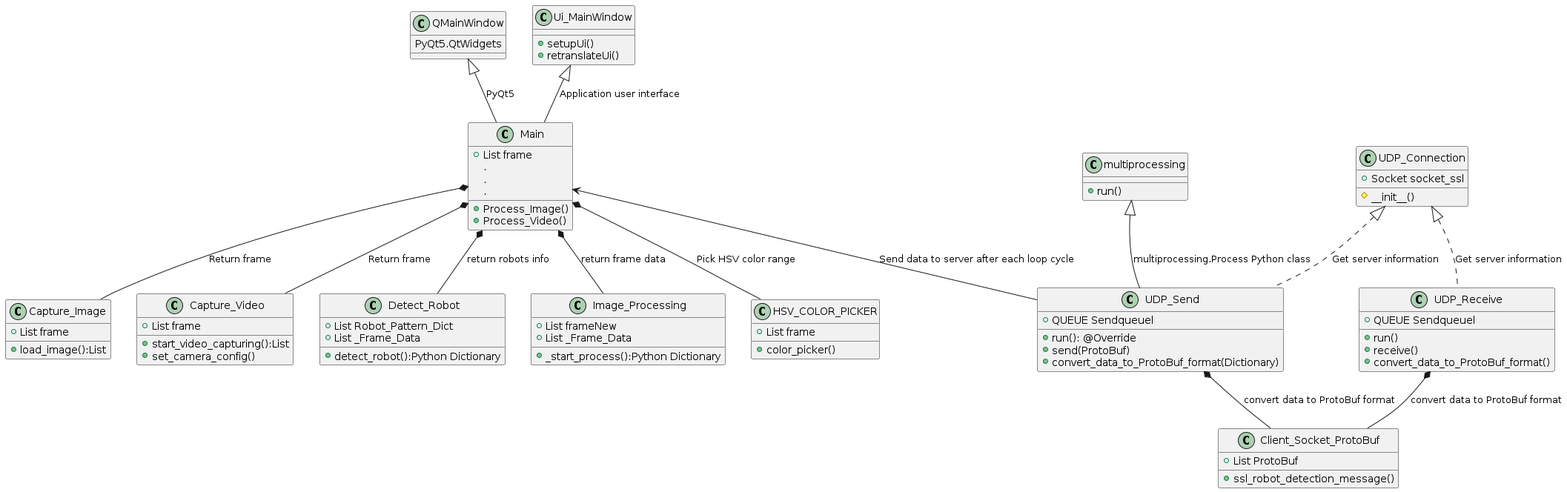
Above: Images/ApplicationUML.png in SiamMiri/RoboCup-SSLVision (PlantUML), before the change.
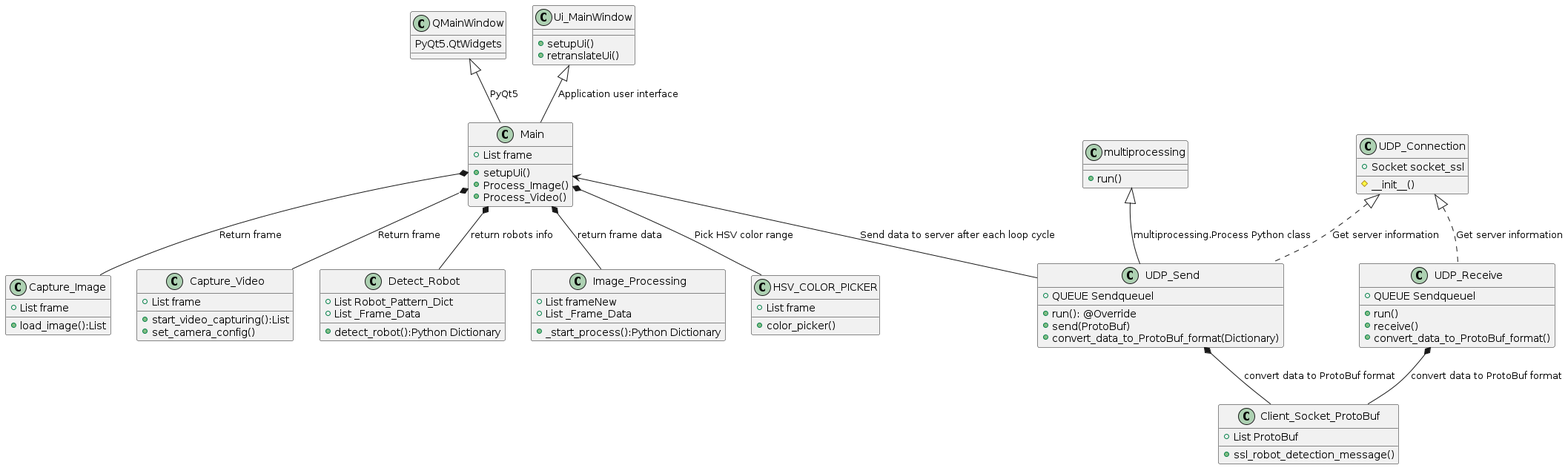
The same diagram one commit later.

What changed in the source:
```diff
@@ -11,10 +11,10 @@
 
 class Main {
   +List frame
-  .
-  .
-  .
 
+
+
+  +setupUi()
   +Process_Image()
   +Process_Video()
 }
```
